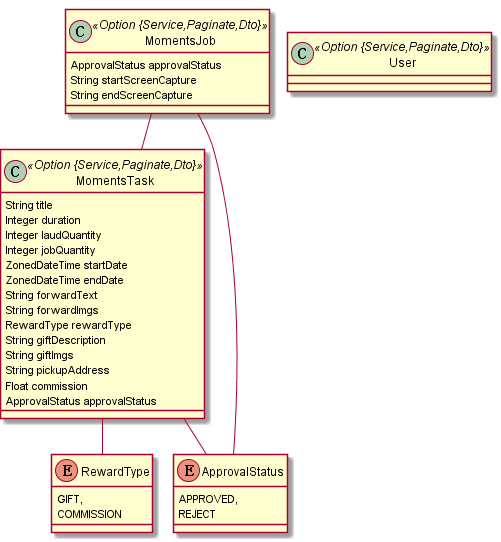
lsfoo/share-task keeps this PlantUML diagram as models/task.png. Above is the earlier version.
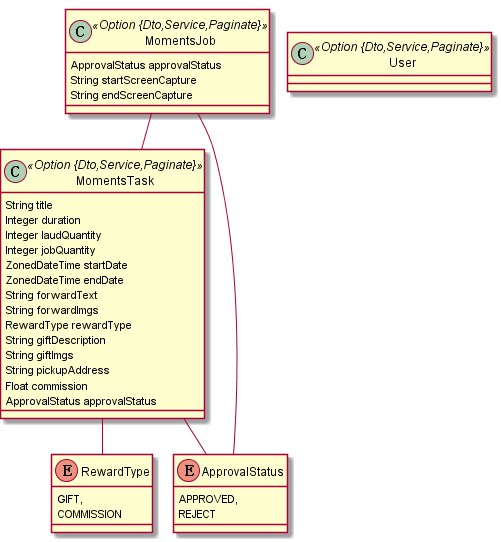
After the commit.

What changed in the source:
```diff
@@ -1,7 +1,7 @@
 @startuml
 	!pragma graphviz_dot jdot
 	!pragma syntax class
-	class MomentsTask <<Option {Service,Paginate,Dto}>> {
+	class MomentsTask <<Option {Dto,Service,Paginate}>> {
 		String title
 		Integer duration
 		Integer laudQuantity
@@ -27,13 +27,13 @@
 		APPROVED,
 		REJECT
 	}
-	class MomentsJob <<Option {Service,Paginate,Dto}>> {
+	class MomentsJob <<Option {Dto,Service,Paginate}>> {
 		ApprovalStatus approvalStatus
 		String startScreenCapture
 		String endScreenCapture
 	}
 	MomentsJob ..> ApprovalStatus
 	MomentsJob  "task(title) 0..* " o-- "0..1 "  MomentsTask
-	class User <<Option {Service,Paginate,Dto}>> {
+	class User <<Option {Dto,Service,Paginate}>> {
 	}
 @enduml
```
